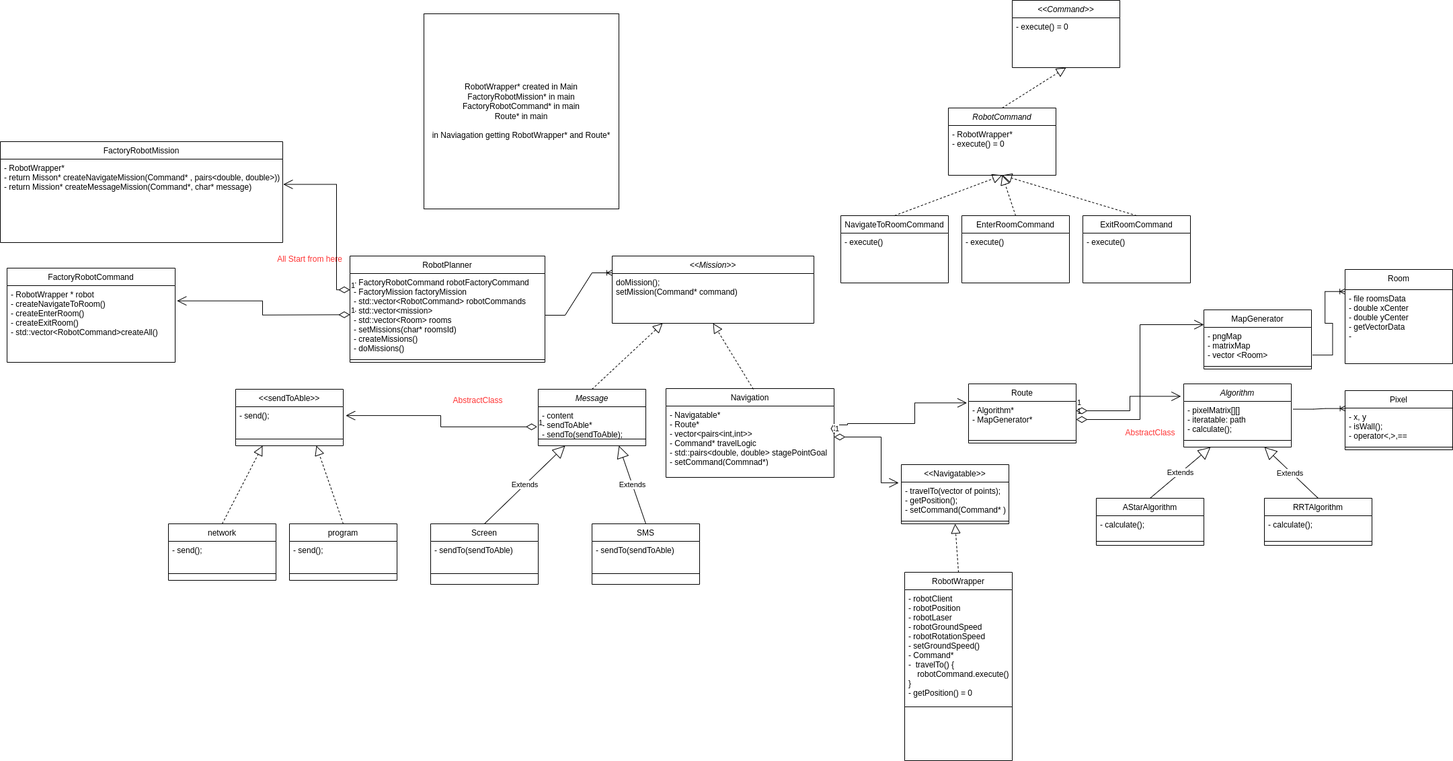
This is robotUml.png from omerbar97/Robot-Navigation-Workshop, a draw.io export, as it was before one commit. Source tidied: cells renumbered, new cells last; positions are measured from the earlier drawing's top-left corner, leaving out a move shared by most shapes.
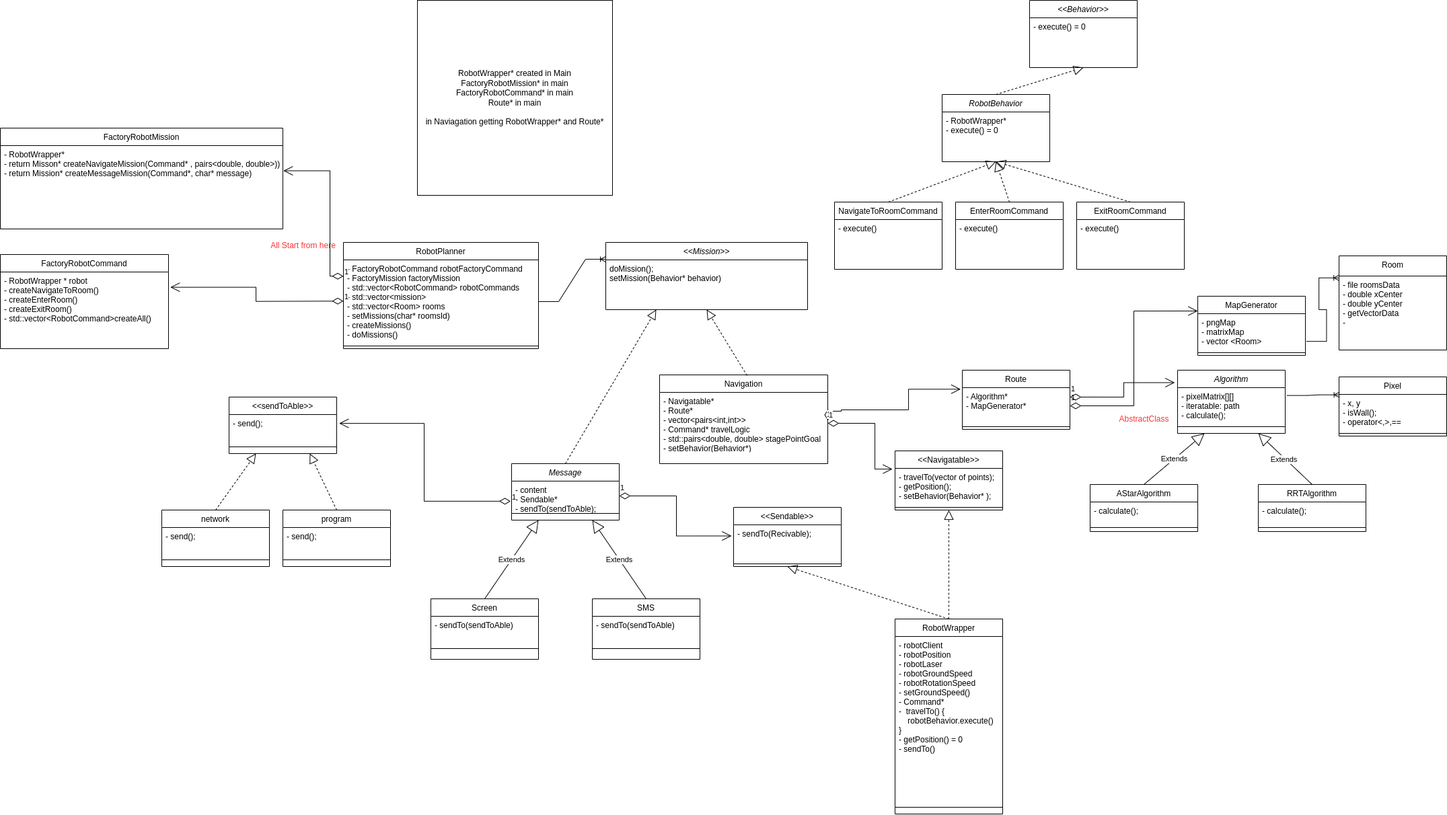
After the change.

What changed in the source:
```diff
@@ -5,20 +5,20 @@
     <mxCell id="2" value="&lt;&lt;Mission&gt;&gt;" style="swimlane;fontStyle=2;align=center;verticalAlign=top;horizontal=1;startSize=26;rounded=0;shadow=0;strokeWidth=1;" parent="1" vertex="1">
       <mxGeometry x="910" y="380" width="300" height="100" as="geometry" />
     </mxCell>
-    <mxCell id="3" value="doMission();&#10;setMission(Command* command)" style="text;align=left;verticalAlign=top;spacingLeft=4;spacingRight=4;overflow=hidden;" parent="2" vertex="1">
+    <mxCell id="3" value="doMission();&#10;setMission(Behavior* behavior)" style="text;align=left;verticalAlign=top;spacingLeft=4;spacingRight=4;overflow=hidden;" parent="2" vertex="1">
       <mxGeometry y="26" width="300" height="64" as="geometry" />
     </mxCell>
     <mxCell id="4" value="Message" style="swimlane;fontStyle=2;align=center;verticalAlign=top;horizontal=1;startSize=26;rounded=0;shadow=0;strokeWidth=1;" parent="1" vertex="1">
-      <mxGeometry x="800" y="578" width="160" height="84" as="geometry" />
+      <mxGeometry x="770" y="709" width="160" height="84" as="geometry" />
     </mxCell>
-    <mxCell id="5" value="- content&#10;- sendToAble*&#10;- sendTo(sendToAble);" style="text;align=left;verticalAlign=top;spacingLeft=4;spacingRight=4;overflow=hidden;points=[[0,0.5],[1,0.5]];portConstraint=eastwest;fontStyle=0;" parent="4" vertex="1">
+    <mxCell id="5" value="- content&#10;- Sendable* &#10;- sendTo(sendToAble);" style="text;align=left;verticalAlign=top;spacingLeft=4;spacingRight=4;overflow=hidden;points=[[0,0.5],[1,0.5]];portConstraint=eastwest;fontStyle=0;" parent="4" vertex="1">
       <mxGeometry y="26" width="160" height="44" as="geometry" />
     </mxCell>
     <mxCell id="6" style="line;html=1;strokeWidth=1;align=left;verticalAlign=middle;spacingTop=-1;spacingLeft=3;spacingRight=3;labelPosition=right;" parent="4" vertex="1">
       <mxGeometry y="70" width="160" height="8" as="geometry" />
     </mxCell>
     <mxCell id="7" value="Screen" style="swimlane;fontStyle=0;align=center;verticalAlign=top;horizontal=1;startSize=26;rounded=0;shadow=0;strokeWidth=1;" parent="1" vertex="1">
-      <mxGeometry x="640" y="778" width="160" height="90" as="geometry" />
+      <mxGeometry x="650" y="910" width="160" height="90" as="geometry" />
     </mxCell>
     <mxCell id="8" value="- sendTo(sendToAble)" style="text;align=left;verticalAlign=top;spacingLeft=4;spacingRight=4;overflow=hidden;" parent="7" vertex="1">
       <mxGeometry y="26" width="160" height="44" as="geometry" />
@@ -27,7 +27,7 @@
       <mxGeometry y="70" width="160" height="8" as="geometry" />
     </mxCell>
     <mxCell id="10" value="SMS" style="swimlane;fontStyle=0;align=center;verticalAlign=top;horizontal=1;startSize=26;rounded=0;shadow=0;strokeWidth=1;" parent="1" vertex="1">
-      <mxGeometry x="880" y="778" width="160" height="90" as="geometry" />
+      <mxGeometry x="890" y="910" width="160" height="90" as="geometry" />
     </mxCell>
     <mxCell id="11" value="- sendTo(sendToAble)" style="text;align=left;verticalAlign=top;spacingLeft=4;spacingRight=4;overflow=hidden;" parent="10" vertex="1">
       <mxGeometry y="26" width="160" height="44" as="geometry" />
@@ -38,7 +38,7 @@
     <mxCell id="13" value="Navigation" style="swimlane;fontStyle=0;align=center;verticalAlign=top;horizontal=1;startSize=26;rounded=0;shadow=0;strokeWidth=1;" parent="1" vertex="1">
       <mxGeometry x="990" y="577" width="250" height="132" as="geometry" />
     </mxCell>
-    <mxCell id="14" value="- Navigatable*&#10;- Route*&#10;- vector&lt;pairs&lt;int,int&gt;&gt;&#10;- Command* travelLogic&#10;- std::pairs&lt;double, double&gt; stagePointGoal&#10;- setCommand(Commnad*)" style="text;align=left;verticalAlign=top;spacingLeft=4;spacingRight=4;overflow=hidden;points=[[0,0.5],[1,0.5]];portConstraint=eastwest;" parent="13" vertex="1">
+    <mxCell id="14" value="- Navigatable*&#10;- Route*&#10;- vector&lt;pairs&lt;int,int&gt;&gt;&#10;- Command* travelLogic&#10;- std::pairs&lt;double, double&gt; stagePointGoal&#10;- setBehavior(Behavior*)" style="text;align=left;verticalAlign=top;spacingLeft=4;spacingRight=4;overflow=hidden;points=[[0,0.5],[1,0.5]];portConstraint=eastwest;" parent="13" vertex="1">
       <mxGeometry y="26" width="250" height="84" as="geometry" />
     </mxCell>
     <mxCell id="15" value="MapGenerator" style="swimlane;fontStyle=0;align=center;verticalAlign=top;horizontal=1;startSize=26;rounded=0;shadow=0;strokeWidth=1;" parent="1" vertex="1">
@@ -62,7 +62,7 @@
     <mxCell id="21" value="&lt;&lt;Navigatable&gt;&gt;" style="swimlane;fontStyle=0;align=center;verticalAlign=top;horizontal=1;startSize=26;rounded=0;shadow=0;strokeWidth=1;" parent="1" vertex="1">
       <mxGeometry x="1340" y="690" width="160" height="88" as="geometry" />
     </mxCell>
-    <mxCell id="22" value="- travelTo(vector of points);&#10;- getPosition();&#10;- setCommand(Command* );" style="text;align=left;verticalAlign=top;spacingLeft=4;spacingRight=4;overflow=hidden;points=[[0,0.5],[1,0.5]];portConstraint=eastwest;" parent="21" vertex="1">
+    <mxCell id="22" value="- travelTo(vector of points);&#10;- getPosition();&#10;- setBehavior(Behavior* );" style="text;align=left;verticalAlign=top;spacingLeft=4;spacingRight=4;overflow=hidden;points=[[0,0.5],[1,0.5]];portConstraint=eastwest;" parent="21" vertex="1">
       <mxGeometry y="26" width="160" height="54" as="geometry" />
     </mxCell>
     <mxCell id="23" style="line;html=1;strokeWidth=1;align=left;verticalAlign=middle;spacingTop=-1;spacingLeft=3;spacingRight=3;labelPosition=right;" parent="21" vertex="1">
@@ -72,13 +72,13 @@
       <mxGeometry x="-1" y="3" relative="1" as="geometry" />
     </mxCell>
     <mxCell id="25" value="RobotWrapper" style="swimlane;fontStyle=0;align=center;verticalAlign=top;horizontal=1;startSize=26;rounded=0;shadow=0;strokeWidth=1;" parent="1" vertex="1">
-      <mxGeometry x="1345" y="850" width="160" height="280" as="geometry" />
+      <mxGeometry x="1340" y="940" width="160" height="290" as="geometry" />
     </mxCell>
-    <mxCell id="26" value="- robotClient&#10;- robotPosition&#10;- robotLaser&#10;- robotGroundSpeed&#10;- robotRotationSpeed&#10;- setGroundSpeed()&#10;- Command*&#10;-  travelTo() {&#10;    robotCommand.execute()&#10;}&#10;- getPosition() = 0&#10;" style="text;align=left;verticalAlign=top;spacingLeft=4;spacingRight=4;overflow=hidden;" parent="25" vertex="1">
-      <mxGeometry y="26" width="160" height="164" as="geometry" />
+    <mxCell id="26" value="- robotClient&#10;- robotPosition&#10;- robotLaser&#10;- robotGroundSpeed&#10;- robotRotationSpeed&#10;- setGroundSpeed()&#10;- Command*&#10;-  travelTo() {&#10;    robotBehavior.execute()&#10;}&#10;- getPosition() = 0&#10;- sendTo()&#10;" style="text;align=left;verticalAlign=top;spacingLeft=4;spacingRight=4;overflow=hidden;" parent="25" vertex="1">
+      <mxGeometry y="26" width="160" height="244" as="geometry" />
     </mxCell>
     <mxCell id="27" style="line;html=1;strokeWidth=1;align=left;verticalAlign=middle;spacingTop=-1;spacingLeft=3;spacingRight=3;labelPosition=right;" parent="25" vertex="1">
-      <mxGeometry y="190" width="160" height="20" as="geometry" />
+      <mxGeometry y="270" width="160" height="20" as="geometry" />
     </mxCell>
     <mxCell id="28" value="1" style="endArrow=open;html=1;endSize=12;startArrow=diamondThin;startSize=14;startFill=0;edgeStyle=orthogonalEdgeStyle;align=left;verticalAlign=bottom;rounded=0;exitX=1;exitY=0.5;exitDx=0;exitDy=0;entryX=-0.015;entryY=0.042;entryDx=0;entryDy=0;entryPerimeter=0;" parent="1" edge="1" source="14" target="19">
       <mxGeometry x="-1" y="3" relative="1" as="geometry">
@@ -176,14 +176,11 @@
     <mxCell id="55" value="&lt;font color=&quot;#ff3333&quot;&gt;All Start from here&lt;/font&gt;" style="text;html=1;align=center;verticalAlign=middle;strokeColor=none;fillColor=none;" parent="1" vertex="1">
       <mxGeometry x="400" y="370" width="120" height="30" as="geometry" />
     </mxCell>
-    <mxCell id="56" value="&lt;font color=&quot;#ff3333&quot;&gt;AbstractClass&lt;/font&gt;" style="text;html=1;align=center;verticalAlign=middle;strokeColor=none;fillColor=none;" parent="1" vertex="1">
-      <mxGeometry x="660" y="580" width="100" height="30" as="geometry" />
-    </mxCell>
     <mxCell id="57" value="&lt;font color=&quot;#ff3333&quot;&gt;AbstractClass&lt;/font&gt;" style="text;html=1;align=center;verticalAlign=middle;strokeColor=none;fillColor=none;" parent="1" vertex="1">
       <mxGeometry x="1660" y="628" width="100" height="30" as="geometry" />
     </mxCell>
     <mxCell id="58" value="&lt;&lt;sendToAble&gt;&gt;" style="swimlane;fontStyle=0;align=center;verticalAlign=top;horizontal=1;startSize=26;rounded=0;shadow=0;strokeWidth=1;" parent="1" vertex="1">
-      <mxGeometry x="350" y="578" width="160" height="84" as="geometry" />
+      <mxGeometry x="350" y="610" width="160" height="84" as="geometry" />
     </mxCell>
     <mxCell id="59" value="- send();" style="text;align=left;verticalAlign=top;spacingLeft=4;spacingRight=4;overflow=hidden;points=[[0,0.5],[1,0.5]];portConstraint=eastwest;fontStyle=0;" parent="58" vertex="1">
       <mxGeometry y="26" width="160" height="44" as="geometry" />
@@ -227,7 +224,7 @@
     <mxCell id="72" style="edgeStyle=entityRelationEdgeStyle;fontSize=12;html=1;endArrow=ERoneToMany;rounded=0;entryX=0.001;entryY=0.025;entryDx=0;entryDy=0;entryPerimeter=0;exitX=1.009;exitY=0.763;exitDx=0;exitDy=0;exitPerimeter=0;" parent="1" edge="1" source="16" target="71">
       <mxGeometry relative="1" as="geometry" />
     </mxCell>
-    <mxCell id="73" value="RobotCommand" style="swimlane;fontStyle=2;align=center;verticalAlign=top;horizontal=1;startSize=26;rounded=0;shadow=0;strokeWidth=1;" parent="1" vertex="1">
+    <mxCell id="73" value="RobotBehavior" style="swimlane;fontStyle=2;align=center;verticalAlign=top;horizontal=1;startSize=26;rounded=0;shadow=0;strokeWidth=1;" parent="1" vertex="1">
       <mxGeometry x="1410" y="160" width="160" height="100" as="geometry" />
     </mxCell>
     <mxCell id="74" style="endArrow=block;dashed=1;endFill=0;endSize=12;html=1;rounded=0;exitX=0.5;exitY=0;exitDx=0;exitDy=0;" parent="73" edge="1" source="80">
@@ -273,8 +270,8 @@
     <mxCell id="86" style="endArrow=block;dashed=1;endFill=0;endSize=12;html=1;rounded=0;exitX=0.5;exitY=0;exitDx=0;exitDy=0;entryX=0.5;entryY=1;entryDx=0;entryDy=0;" parent="1" edge="1" source="82" target="73">
       <mxGeometry relative="1" as="geometry" />
     </mxCell>
-    <mxCell id="87" value="&lt;&lt;Command&gt;&gt;" style="swimlane;fontStyle=2;align=center;verticalAlign=top;horizontal=1;startSize=26;rounded=0;shadow=0;strokeWidth=1;" parent="1" vertex="1">
-      <mxGeometry x="1505" width="160" height="100" as="geometry" />
+    <mxCell id="87" value="&lt;&lt;Behavior&gt;&gt;" style="swimlane;fontStyle=2;align=center;verticalAlign=top;horizontal=1;startSize=26;rounded=0;shadow=0;strokeWidth=1;" parent="1" vertex="1">
+      <mxGeometry x="1540" y="20" width="160" height="100" as="geometry" />
     </mxCell>
     <mxCell id="88" style="endArrow=block;dashed=1;endFill=0;endSize=12;html=1;rounded=0;exitX=0.5;exitY=0;exitDx=0;exitDy=0;" parent="87" edge="1" source="73">
       <mxGeometry relative="1" as="geometry">
@@ -285,7 +282,7 @@
       <mxGeometry y="26" width="160" height="60" as="geometry" />
     </mxCell>
     <mxCell id="90" value="FactoryRobotMission" style="swimlane;fontStyle=0;align=center;verticalAlign=top;horizontal=1;startSize=26;rounded=0;shadow=0;strokeWidth=1;" parent="1" vertex="1">
-      <mxGeometry y="210" width="420" height="150" as="geometry" />
+      <mxGeometry x="10" y="210" width="420" height="150" as="geometry" />
     </mxCell>
     <mxCell id="91" value="- RobotWrapper* &#10;- return Misson* createNavigateMission(Command* , pairs&lt;double, double&gt;))&#10;- return Mission* createMessageMission(Command*, char* message)" style="text;align=left;verticalAlign=top;spacingLeft=4;spacingRight=4;overflow=hidden;points=[[0,0.5],[1,0.5]];portConstraint=eastwest;" parent="90" vertex="1">
       <mxGeometry y="26" width="420" height="94" as="geometry" />
@@ -307,5 +304,22 @@
         </Array>
       </mxGeometry>
     </mxCell>
+    <mxCell id="95" value="&lt;&lt;Sendable&gt;&gt;" style="swimlane;fontStyle=0;align=center;verticalAlign=top;horizontal=1;startSize=26;rounded=0;shadow=0;strokeWidth=1;" parent="1" vertex="1">
+      <mxGeometry x="1100" y="774" width="160" height="88" as="geometry" />
+    </mxCell>
+    <mxCell id="96" value="- sendTo(Recivable);&#10;&#10;" style="text;align=left;verticalAlign=top;spacingLeft=4;spacingRight=4;overflow=hidden;points=[[0,0.5],[1,0.5]];portConstraint=eastwest;" parent="95" vertex="1">
+      <mxGeometry y="26" width="160" height="54" as="geometry" />
+    </mxCell>
+    <mxCell id="97" style="line;html=1;strokeWidth=1;align=left;verticalAlign=middle;spacingTop=-1;spacingLeft=3;spacingRight=3;labelPosition=right;" parent="95" vertex="1">
+      <mxGeometry y="80" width="160" height="8" as="geometry" />
+    </mxCell>
+    <mxCell id="98" style="endArrow=block;dashed=1;endFill=0;endSize=12;html=1;rounded=0;entryX=0.5;entryY=1;entryDx=0;entryDy=0;" parent="1" edge="1" target="95">
+      <mxGeometry relative="1" as="geometry">
+        <mxPoint x="1420" y="940" as="sourcePoint" />
+      </mxGeometry>
+    </mxCell>
+    <mxCell id="99" value="1" style="endArrow=open;html=1;endSize=12;startArrow=diamondThin;startSize=14;startFill=0;edgeStyle=orthogonalEdgeStyle;align=left;verticalAlign=bottom;rounded=0;entryX=-0.019;entryY=0.306;entryDx=0;entryDy=0;exitX=1;exitY=0.5;exitDx=0;exitDy=0;entryPerimeter=0;" parent="1" edge="1" source="5" target="96">
+      <mxGeometry x="-1" y="3" relative="1" as="geometry" />
+    </mxCell>
   </root>
 </mxGraphModel>
```
